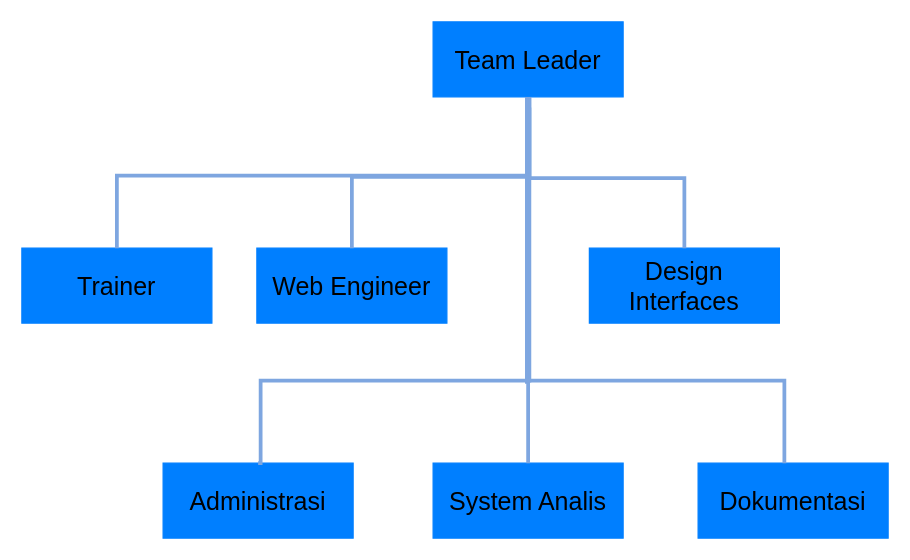
Kantrawibawa10/Draw-I-O keeps this draw.io diagram as Diagram Tanpa Judul.drawio. Above is the earlier version. Source tidied: cells renumbered, new cells numbered last; positions are measured from the earlier drawing's top-left corner, leaving out a move shared by most shapes. Both pictures are drawn from the tidied source at 125%, with x=0, y=0 at pixel (21, 21).
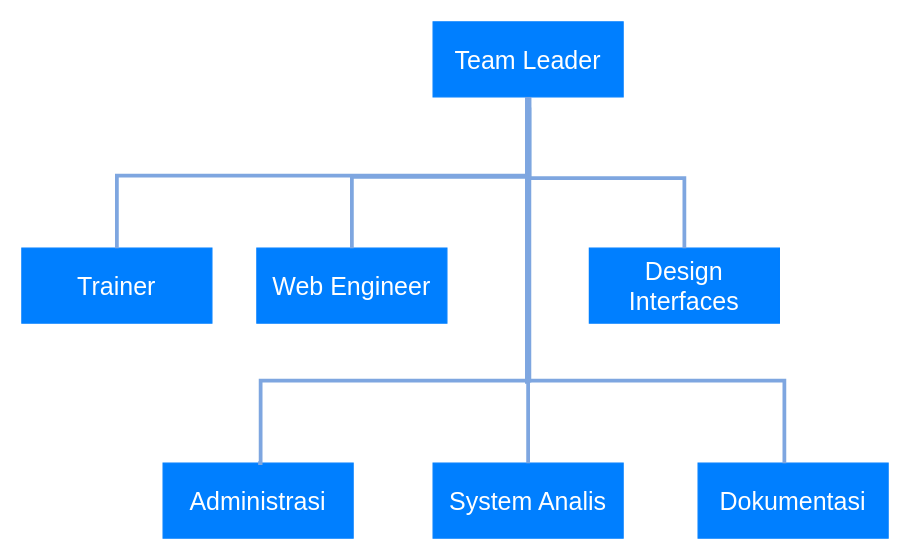
Above is the later version.

The edit, as a diff of the source:
```diff
@@
-    <mxCell id="2" value="&lt;font style=&quot;font-size: 20px;&quot;&gt;Team Leader&lt;/font&gt;" style="rounded=0;whiteSpace=wrap;html=1;fontSize=16;fillColor=#007FFF;strokeColor=#007FFF;" parent="1" vertex="1">
+    <mxCell id="2" value="&lt;font color=&quot;#ffffff&quot; style=&quot;font-size: 20px;&quot;&gt;Team Leader&lt;/font&gt;" style="rounded=0;whiteSpace=wrap;html=1;fontSize=16;fillColor=#007FFF;strokeColor=#007FFF;" parent="1" vertex="1">
       <mxGeometry x="329" width="152" height="60" as="geometry" />
     </mxCell>
-    <mxCell id="3" value="&lt;font style=&quot;font-size: 20px;&quot;&gt;Web Engineer&lt;/font&gt;" style="rounded=0;whiteSpace=wrap;html=1;fontSize=16;strokeColor=#007FFF;fillColor=#007FFF;" parent="1" vertex="1">
+    <mxCell id="3" value="&lt;font color=&quot;#ffffff&quot; style=&quot;font-size: 20px;&quot;&gt;Web Engineer&lt;/font&gt;" style="rounded=0;whiteSpace=wrap;html=1;fontSize=16;strokeColor=#007FFF;fillColor=#007FFF;" parent="1" vertex="1">
       <mxGeometry x="188" y="181" width="152" height="60" as="geometry" />
     </mxCell>
-    <mxCell id="4" value="&lt;font style=&quot;font-size: 20px;&quot;&gt;Design Interfaces&lt;/font&gt;" style="rounded=0;whiteSpace=wrap;html=1;fontSize=16;strokeColor=#007FFF;fillColor=#007FFF;" parent="1" vertex="1">
+    <mxCell id="4" value="&lt;font color=&quot;#ffffff&quot; style=&quot;font-size: 20px;&quot;&gt;Design Interfaces&lt;/font&gt;" style="rounded=0;whiteSpace=wrap;html=1;fontSize=16;strokeColor=#007FFF;fillColor=#007FFF;" parent="1" vertex="1">
       <mxGeometry x="454" y="181" width="152" height="60" as="geometry" />
     </mxCell>
-    <mxCell id="5" value="&lt;font style=&quot;font-size: 20px;&quot;&gt;Trainer&lt;/font&gt;" style="rounded=0;whiteSpace=wrap;html=1;fontSize=16;strokeColor=#007FFF;fillColor=#007FFF;" parent="1" vertex="1">
+    <mxCell id="5" value="&lt;font color=&quot;#ffffff&quot; style=&quot;font-size: 20px;&quot;&gt;Trainer&lt;/font&gt;" style="rounded=0;whiteSpace=wrap;html=1;fontSize=16;strokeColor=#007FFF;fillColor=#007FFF;" parent="1" vertex="1">
       <mxGeometry y="181" width="152" height="60" as="geometry" />
     </mxCell>
-    <mxCell id="6" value="&lt;font style=&quot;font-size: 20px;&quot;&gt;Administrasi&lt;/font&gt;" style="rounded=0;whiteSpace=wrap;html=1;fontSize=16;strokeColor=#007FFF;fillColor=#007FFF;" parent="1" vertex="1">
+    <mxCell id="6" value="&lt;font color=&quot;#ffffff&quot; style=&quot;font-size: 20px;&quot;&gt;Administrasi&lt;/font&gt;" style="rounded=0;whiteSpace=wrap;html=1;fontSize=16;strokeColor=#007FFF;fillColor=#007FFF;" parent="1" vertex="1">
       <mxGeometry x="113" y="353" width="152" height="60" as="geometry" />
     </mxCell>
-    <mxCell id="7" value="&lt;font style=&quot;font-size: 20px;&quot;&gt;System Analis&lt;/font&gt;" style="rounded=0;whiteSpace=wrap;html=1;fontSize=16;fillColor=#007FFF;strokeColor=#007FFF;" parent="1" vertex="1">
+    <mxCell id="7" value="&lt;font color=&quot;#ffffff&quot; style=&quot;font-size: 20px;&quot;&gt;System Analis&lt;/font&gt;" style="rounded=0;whiteSpace=wrap;html=1;fontSize=16;fillColor=#007FFF;strokeColor=#007FFF;" parent="1" vertex="1">
       <mxGeometry x="329" y="353" width="152" height="60" as="geometry" />
     </mxCell>
-    <mxCell id="8" value="&lt;font style=&quot;font-size: 20px;&quot;&gt;Dokumentasi&lt;/font&gt;" style="rounded=0;whiteSpace=wrap;html=1;fontSize=16;fillColor=#007FFF;strokeColor=#007FFF;" parent="1" vertex="1">
+    <mxCell id="8" value="&lt;font color=&quot;#ffffff&quot; style=&quot;font-size: 20px;&quot;&gt;Dokumentasi&lt;/font&gt;" style="rounded=0;whiteSpace=wrap;html=1;fontSize=16;fillColor=#007FFF;strokeColor=#007FFF;" parent="1" vertex="1">
       <mxGeometry x="541" y="353" width="152" height="60" as="geometry" />
     </mxCell>
```
